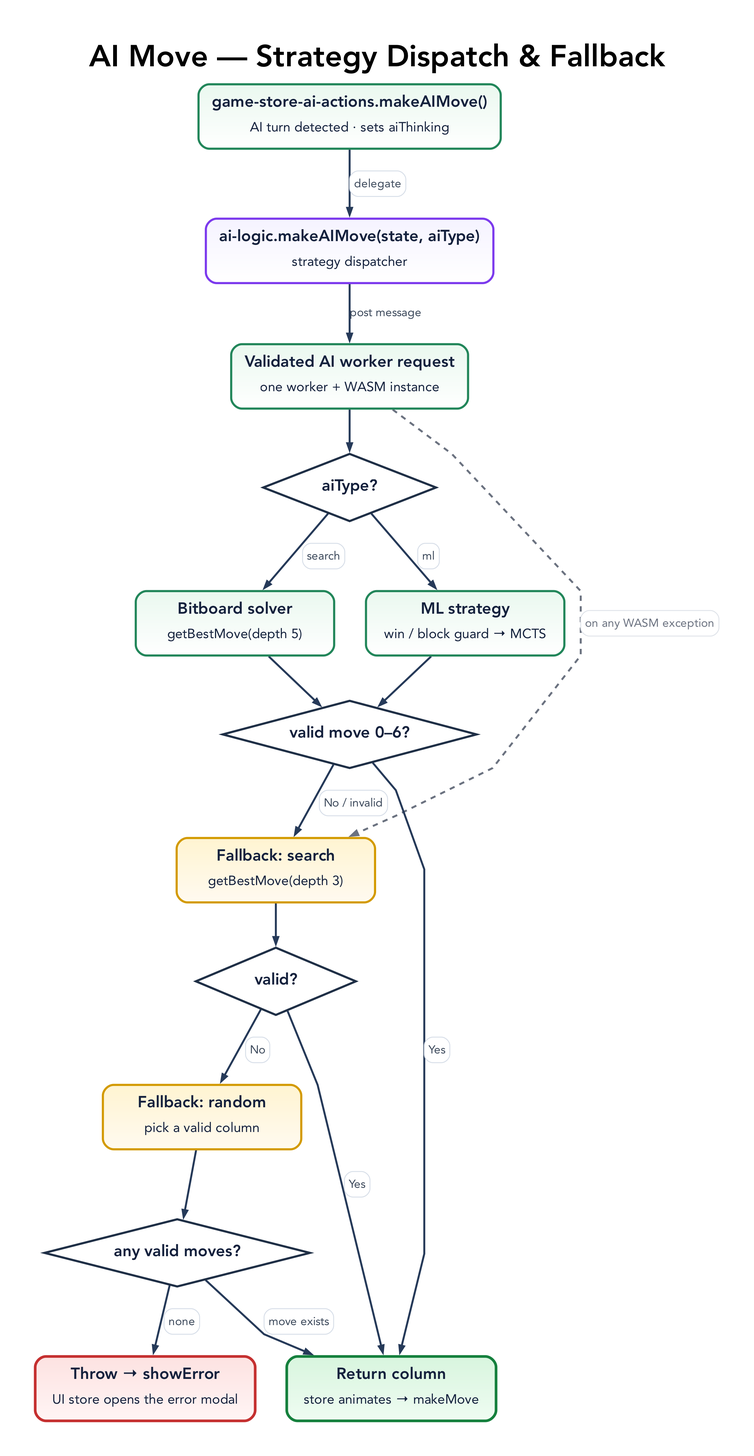
Above: docs/diagrams/ai-move-flow.png in tre-systems/rowspire (Graphviz), before the change. Its source is kept beside it as docs/diagrams/ai-move-flow.dot.
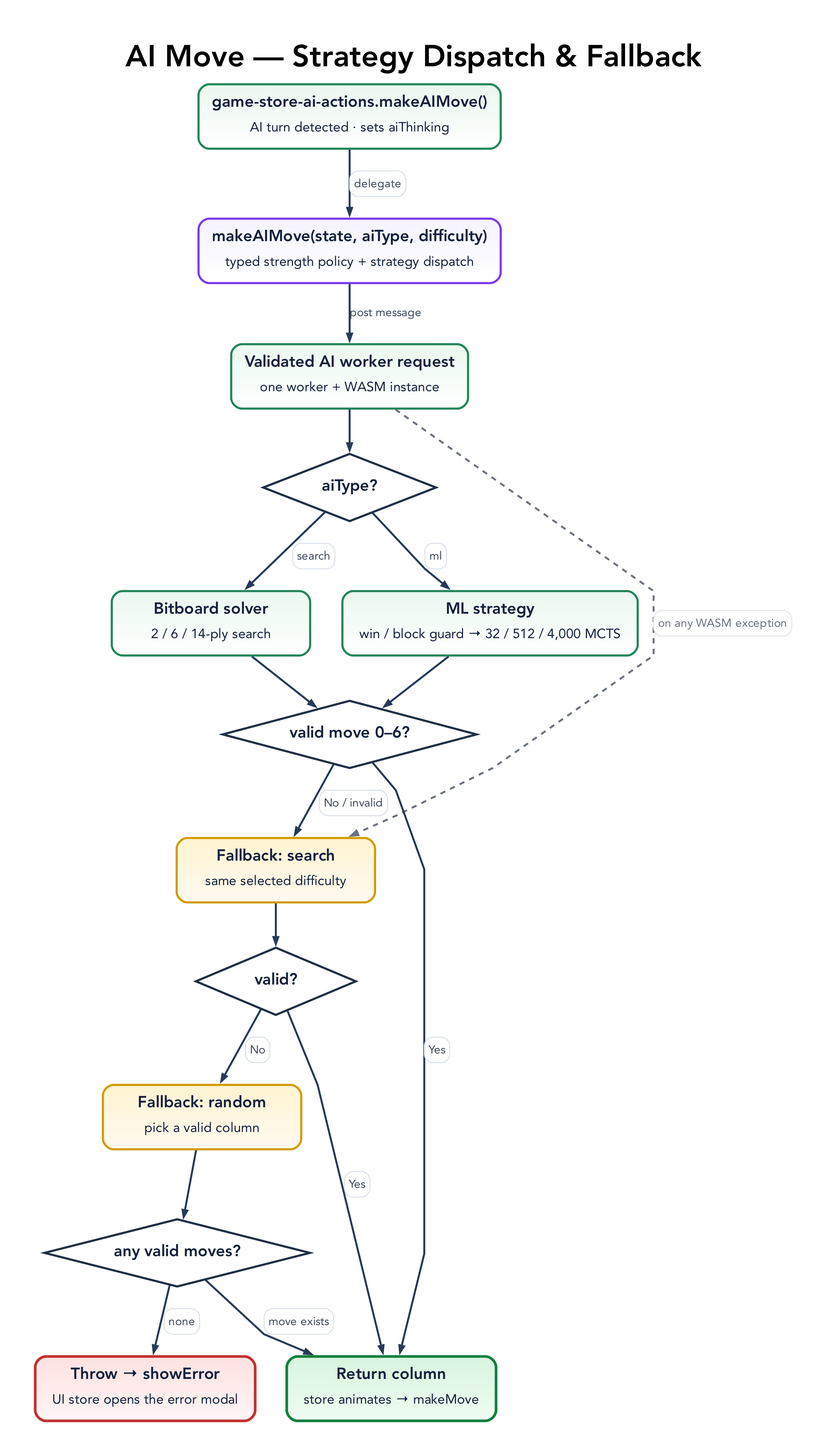
The same diagram one commit later.

The edit, as a diff of the source:
```diff
@@ -46,17 +46,17 @@
   ];
 
   A [label=<<TABLE BORDER="0" CELLBORDER="0" CELLSPACING="0" CELLPADDING="0"><TR><TD><B>game-store-ai-actions.makeAIMove()</B></TD></TR><TR><TD CELLPADDING="4"><FONT POINT-SIZE="15">AI turn detected &middot; sets aiThinking</FONT></TD></TR></TABLE>>, fillcolor="#eaf8ef:#ffffff", color="#22865a"];
-  B [label=<<TABLE BORDER="0" CELLBORDER="0" CELLSPACING="0" CELLPADDING="0"><TR><TD><B>ai-logic.makeAIMove(state, aiType)</B></TD></TR><TR><TD CELLPADDING="4"><FONT POINT-SIZE="15">strategy dispatcher</FONT></TD></TR></TABLE>>, fillcolor="#f5f3ff:#ffffff", color="#7c3aed"];
+  B [label=<<TABLE BORDER="0" CELLBORDER="0" CELLSPACING="0" CELLPADDING="0"><TR><TD><B>makeAIMove(state, aiType, difficulty)</B></TD></TR><TR><TD CELLPADDING="4"><FONT POINT-SIZE="15">typed strength policy + strategy dispatch</FONT></TD></TR></TABLE>>, fillcolor="#f5f3ff:#ffffff", color="#7c3aed"];
   W [label=<<TABLE BORDER="0" CELLBORDER="0" CELLSPACING="0" CELLPADDING="0"><TR><TD><B>Validated AI worker request</B></TD></TR><TR><TD CELLPADDING="4"><FONT POINT-SIZE="15">one worker + WASM instance</FONT></TD></TR></TABLE>>, fillcolor="#eaf8ef:#ffffff", color="#22865a"];
 
   D1 [label=<<B>aiType?</B>>, shape=diamond, style=filled, width=2.7, height=1.05, fillcolor="#ffffff", color="#1f2f46", penwidth=2.4];
 
-  C1 [label=<<TABLE BORDER="0" CELLBORDER="0" CELLSPACING="0" CELLPADDING="0"><TR><TD><B>Bitboard solver</B></TD></TR><TR><TD CELLPADDING="4"><FONT POINT-SIZE="15">getBestMove(depth 5)</FONT></TD></TR></TABLE>>, fillcolor="#eaf8ef:#ffffff", color="#22865a"];
-  C2 [label=<<TABLE BORDER="0" CELLBORDER="0" CELLSPACING="0" CELLPADDING="0"><TR><TD><B>ML strategy</B></TD></TR><TR><TD CELLPADDING="4"><FONT POINT-SIZE="15">win / block guard &rarr; MCTS</FONT></TD></TR></TABLE>>, fillcolor="#eaf8ef:#ffffff", color="#22865a"];
+  C1 [label=<<TABLE BORDER="0" CELLBORDER="0" CELLSPACING="0" CELLPADDING="0"><TR><TD><B>Bitboard solver</B></TD></TR><TR><TD CELLPADDING="4"><FONT POINT-SIZE="15">2 / 6 / 14-ply search</FONT></TD></TR></TABLE>>, fillcolor="#eaf8ef:#ffffff", color="#22865a"];
+  C2 [label=<<TABLE BORDER="0" CELLBORDER="0" CELLSPACING="0" CELLPADDING="0"><TR><TD><B>ML strategy</B></TD></TR><TR><TD CELLPADDING="4"><FONT POINT-SIZE="15">win / block guard &rarr; 32 / 512 / 4,000 MCTS</FONT></TD></TR></TABLE>>, fillcolor="#eaf8ef:#ffffff", color="#22865a"];
 
   D2 [label=<<B>valid move 0&ndash;6?</B>>, shape=diamond, style=filled, width=3.0, height=1.05, fillcolor="#ffffff", color="#1f2f46", penwidth=2.4];
 
-  F1 [label=<<TABLE BORDER="0" CELLBORDER="0" CELLSPACING="0" CELLPADDING="0"><TR><TD><B>Fallback: search</B></TD></TR><TR><TD CELLPADDING="4"><FONT POINT-SIZE="15">getBestMove(depth 3)</FONT></TD></TR></TABLE>>, fillcolor="#fff4d1:#fffaf0", color="#d39a00"];
+  F1 [label=<<TABLE BORDER="0" CELLBORDER="0" CELLSPACING="0" CELLPADDING="0"><TR><TD><B>Fallback: search</B></TD></TR><TR><TD CELLPADDING="4"><FONT POINT-SIZE="15">same selected difficulty</FONT></TD></TR></TABLE>>, fillcolor="#fff4d1:#fffaf0", color="#d39a00"];
   D3 [label=<<B>valid?</B>>, shape=diamond, style=filled, width=2.5, height=1.05, fillcolor="#ffffff", color="#1f2f46", penwidth=2.4];
   F2 [label=<<TABLE BORDER="0" CELLBORDER="0" CELLSPACING="0" CELLPADDING="0"><TR><TD><B>Fallback: random</B></TD></TR><TR><TD CELLPADDING="4"><FONT POINT-SIZE="15">pick a valid column</FONT></TD></TR></TABLE>>, fillcolor="#fff4d1:#fffaf0", color="#d39a00"];
   D4 [label=<<B>any valid moves?</B>>, shape=diamond, style=filled, width=3.0, height=1.05, fillcolor="#ffffff", color="#1f2f46", penwidth=2.4];
```
